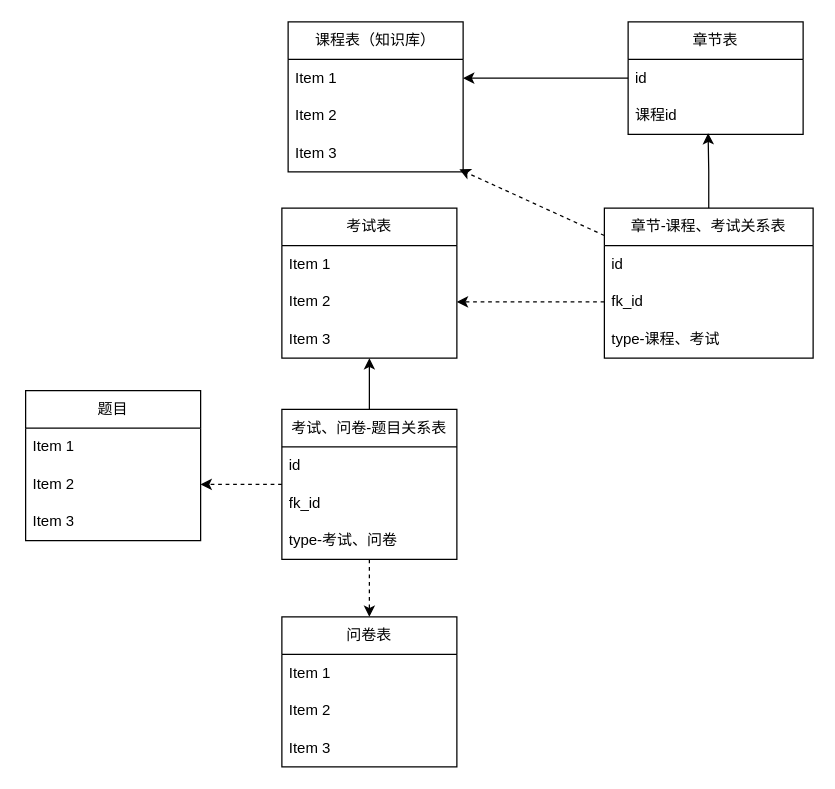
This is 尚学堂-知识库设计.drawio from ammengke/my-drawio, a draw.io file, before an edit. Source tidied: cells renumbered, new cells numbered last; positions are measured from the earlier drawing's top-left corner, leaving out a move shared by most shapes. Both pictures are drawn from the tidied source at 125%, with x=0, y=0 at pixel (25, 21).
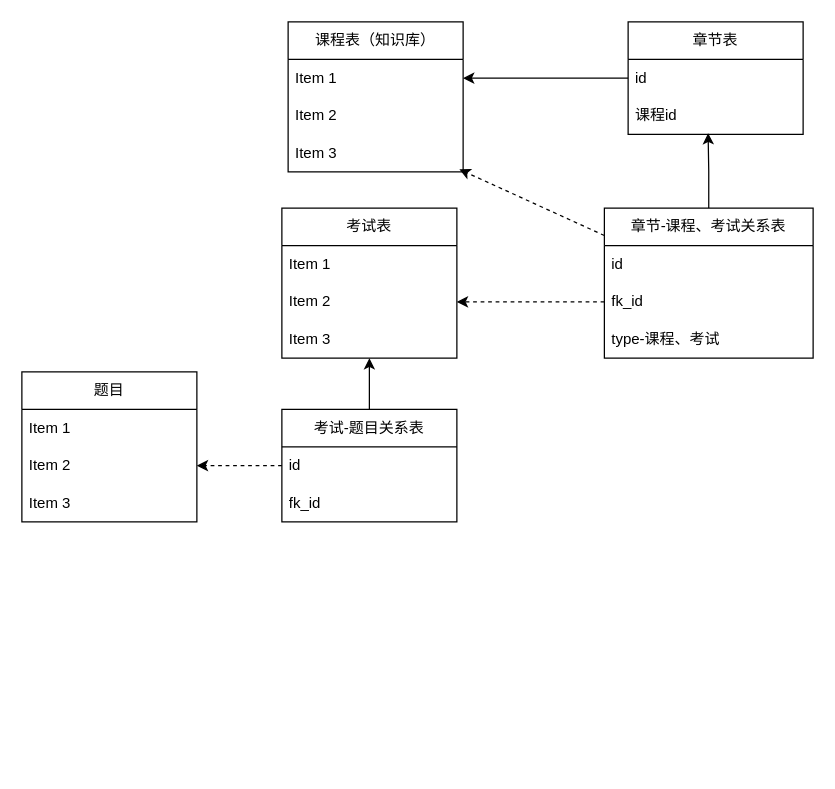
The same diagram, later.

Commit message:
更新尚学堂-知识库设计.drawio

What changed in the source:
```diff
@@
     <mxCell id="21" value="题目" style="swimlane;fontStyle=0;horizontal=1;startSize=30;whiteSpace=wrap;html=1;" parent="1" vertex="1">
-      <mxGeometry y="295" width="140" height="120" as="geometry" />
+      <mxGeometry x="-3" y="280" width="140" height="120" as="geometry" />
     </mxCell>
@@
-    <mxCell id="26" style="edgeStyle=orthogonalEdgeStyle;rounded=0;jettySize=auto;html=1;dashed=1;" parent="1" edge="1" source="28" target="32">
-      <mxGeometry relative="1" as="geometry" />
-    </mxCell>
@@
-    <mxCell id="28" value="考试、问卷-题目关系表" style="swimlane;fontStyle=0;horizontal=1;startSize=30;whiteSpace=wrap;html=1;" parent="1" vertex="1">
-      <mxGeometry x="205" y="310" width="140" height="120" as="geometry" />
+    <mxCell id="28" value="考试-题目关系表" style="swimlane;fontStyle=0;horizontal=1;startSize=30;whiteSpace=wrap;html=1;" parent="1" vertex="1">
+      <mxGeometry x="205" y="310" width="140" height="90" as="geometry" />
     </mxCell>
@@
-    <mxCell id="31" value="type-考试、问卷" style="text;strokeColor=none;fillColor=none;align=left;verticalAlign=middle;spacingLeft=4;spacingRight=4;overflow=hidden;whiteSpace=wrap;html=1;" parent="28" vertex="1">
-      <mxGeometry y="90" width="140" height="30" as="geometry" />
-    </mxCell>
-    <mxCell id="32" value="问卷表" style="swimlane;fontStyle=0;horizontal=1;startSize=30;whiteSpace=wrap;html=1;" parent="1" vertex="1">
-      <mxGeometry x="205" y="476" width="140" height="120" as="geometry" />
-    </mxCell>
-    <mxCell id="33" value="Item 1" style="text;strokeColor=none;fillColor=none;align=left;verticalAlign=middle;spacingLeft=4;spacingRight=4;overflow=hidden;whiteSpace=wrap;html=1;" parent="32" vertex="1">
-      <mxGeometry y="30" width="140" height="30" as="geometry" />
-    </mxCell>
-    <mxCell id="34" value="Item 2" style="text;strokeColor=none;fillColor=none;align=left;verticalAlign=middle;spacingLeft=4;spacingRight=4;overflow=hidden;whiteSpace=wrap;html=1;" parent="32" vertex="1">
-      <mxGeometry y="60" width="140" height="30" as="geometry" />
-    </mxCell>
-    <mxCell id="35" value="Item 3" style="text;strokeColor=none;fillColor=none;align=left;verticalAlign=middle;spacingLeft=4;spacingRight=4;overflow=hidden;whiteSpace=wrap;html=1;" parent="32" vertex="1">
-      <mxGeometry y="90" width="140" height="30" as="geometry" />
-    </mxCell>
```
